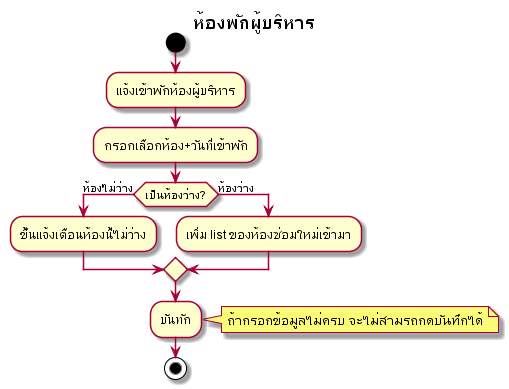
This is out/activity-diagram/room/executive/ห้องพักผู้บริหาร.png from cheat13/Prompiman_Diagram, a PlantUML export, as it was before one commit. Source of this version:
```plantuml
@startuml
title ห้องพักผู้บริหาร
start
:แจ้งเข้าพักห้องผู้บริหาร;
:กรอกเลือกห้อง+วันที่เข้าพัก;
if (เป็นห้องว่าง?) then (ห้องไม่ว่าง)
:ขึ้นแจ้งเตือนห้องนี้ไม่ว่าง;
else(ห้องว่าง)
:เพิ่ม list ของห้องซ่อมใหม่เข้ามา;
endif
:บันทัก;
note right
ถ้ากรอกข้อมูลไม่ครบ จะไม่สามรถกดบันทึกได้
end note
stop
@enduml
```
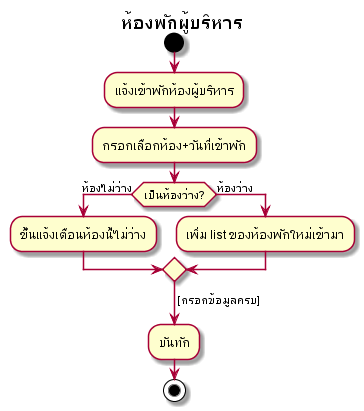
The same file after the commit.

Diff of the diagram source:
```diff
@@ -6,11 +6,11 @@
 if (เป็นห้องว่าง?) then (ห้องไม่ว่าง)
 :ขึ้นแจ้งเตือนห้องนี้ไม่ว่าง;
 else(ห้องว่าง)
-:เพิ่ม list ของห้องซ่อมใหม่เข้ามา;
+:เพิ่ม list ของห้องพักใหม่เข้ามา;
 endif
+-> [กรอกข้อมูลครบ];
 :บันทัก;
-note right
-ถ้ากรอกข้อมูลไม่ครบ จะไม่สามรถกดบันทึกได้
-end note
+
+
 stop
 @enduml
```
